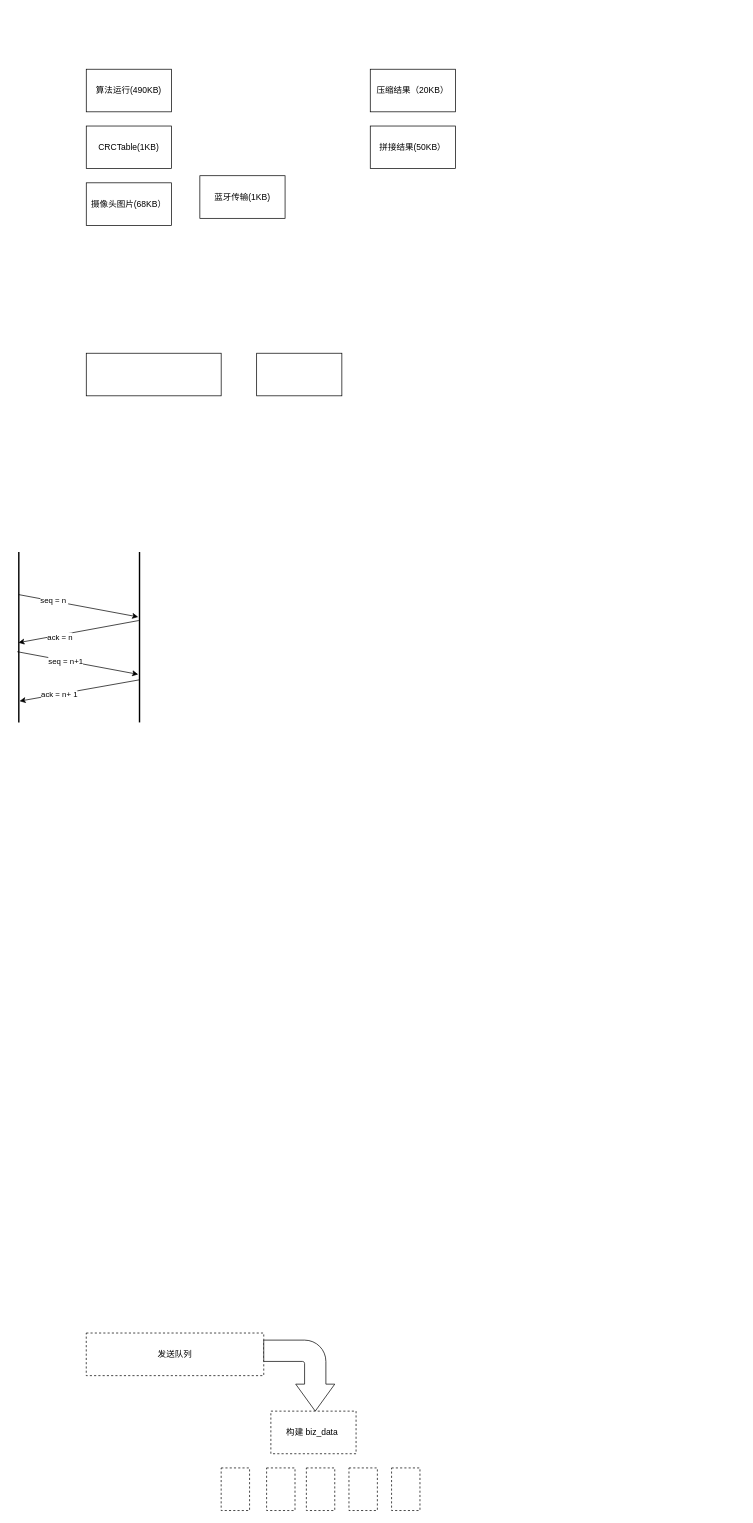
Before: page "Page-1" (1 of 11) of elink.drawio in chenxuzy/ThreadPool, a draw.io diagram. Source tidied: cells renumbered, new cells numbered last; positions are measured from the earlier drawing's top-left corner, leaving out a move shared by most shapes. Both pictures are drawn from the tidied source at 71%, with x=0, y=0 at pixel (15, 69).
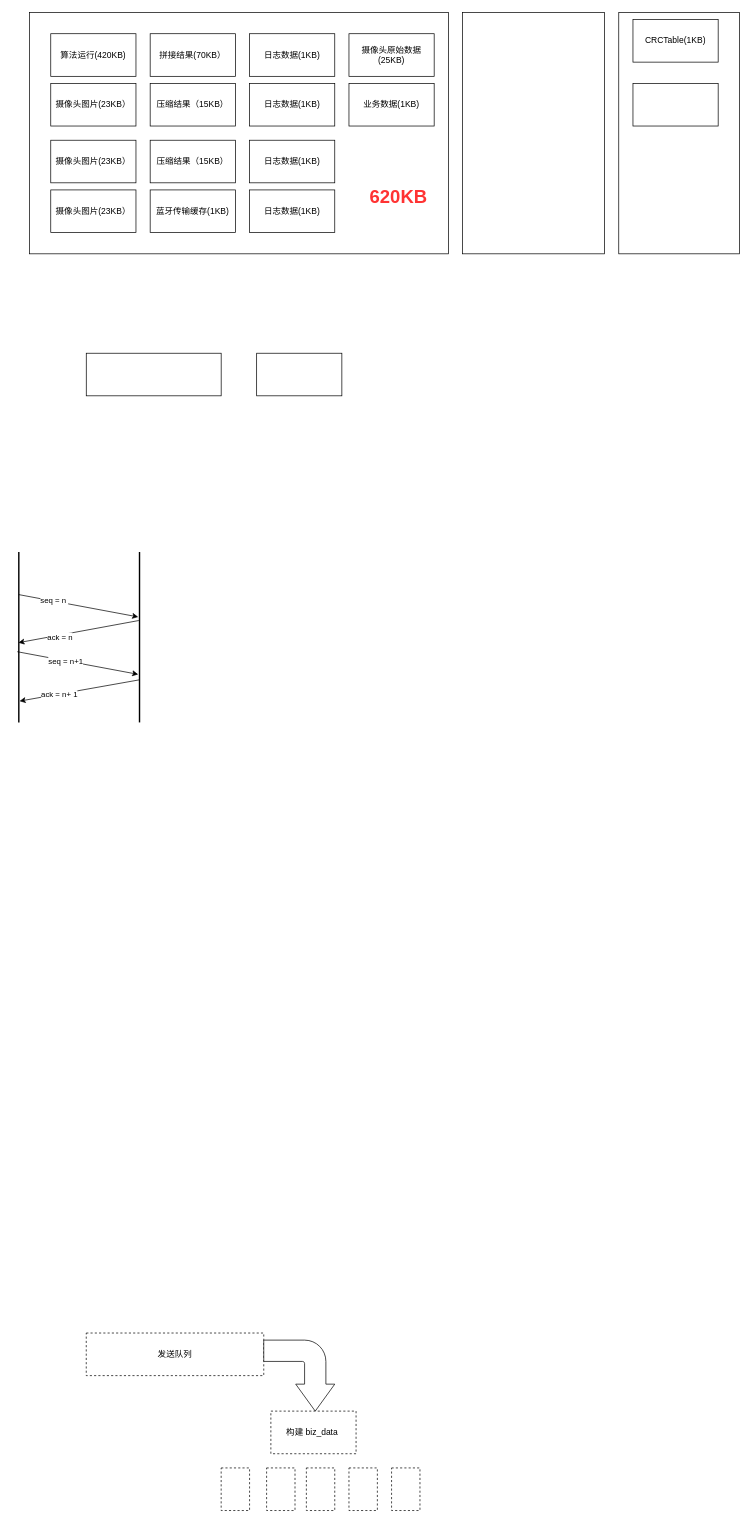
Above is the later version.

What changed in the source:
```diff
@@
+    <mxCell id="28" style="rounded=0;whiteSpace=wrap;html=1;" parent="1" vertex="1">
+      <mxGeometry x="850" y="-80" width="170" height="340" as="geometry" />
+    </mxCell>
+    <mxCell id="29" style="rounded=0;whiteSpace=wrap;html=1;" parent="1" vertex="1">
+      <mxGeometry x="20" y="-80" width="590" height="340" as="geometry" />
+    </mxCell>
-    <mxCell id="2" value="算法运行(490KB)" style="rounded=0;whiteSpace=wrap;html=1;" parent="1" vertex="1">
-      <mxGeometry x="100" width="120" height="60" as="geometry" />
+    <mxCell id="2" value="算法运行(420KB)" style="rounded=0;whiteSpace=wrap;html=1;" parent="1" vertex="1">
+      <mxGeometry x="50" y="-50" width="120" height="60" as="geometry" />
     </mxCell>
-    <mxCell id="3" value="摄像头图片(68KB）" style="rounded=0;whiteSpace=wrap;html=1;" parent="1" vertex="1">
-      <mxGeometry x="100" y="160" width="120" height="60" as="geometry" />
+    <mxCell id="3" value="摄像头图片(23KB）" style="rounded=0;whiteSpace=wrap;html=1;" parent="1" vertex="1">
+      <mxGeometry x="50" y="20" width="120" height="60" as="geometry" />
     </mxCell>
-    <mxCell id="4" value="拼接结果(50KB）" style="rounded=0;whiteSpace=wrap;html=1;" parent="1" vertex="1">
-      <mxGeometry x="500" y="80" width="120" height="60" as="geometry" />
+    <mxCell id="4" value="拼接结果(70KB）" style="rounded=0;whiteSpace=wrap;html=1;" parent="1" vertex="1">
+      <mxGeometry x="190" y="-50" width="120" height="60" as="geometry" />
     </mxCell>
-    <mxCell id="5" value="压缩结果（20KB）" style="rounded=0;whiteSpace=wrap;html=1;" parent="1" vertex="1">
-      <mxGeometry x="500" width="120" height="60" as="geometry" />
+    <mxCell id="5" value="压缩结果（15KB）" style="rounded=0;whiteSpace=wrap;html=1;" parent="1" vertex="1">
+      <mxGeometry x="190" y="20" width="120" height="60" as="geometry" />
     </mxCell>
     <mxCell id="6" value="CRCTable(1KB)" style="rounded=0;whiteSpace=wrap;html=1;" parent="1" vertex="1">
-      <mxGeometry x="100" y="80" width="120" height="60" as="geometry" />
+      <mxGeometry x="870" y="-70" width="120" height="60" as="geometry" />
     </mxCell>
-    <mxCell id="7" value="蓝牙传输(1KB)" style="rounded=0;whiteSpace=wrap;html=1;" parent="1" vertex="1">
-      <mxGeometry x="260" y="150" width="120" height="60" as="geometry" />
+    <mxCell id="7" value="蓝牙传输缓存(1KB)" style="rounded=0;whiteSpace=wrap;html=1;" parent="1" vertex="1">
+      <mxGeometry x="190" y="170" width="120" height="60" as="geometry" />
     </mxCell>
@@
+    <mxCell id="30" value="压缩结果（15KB）" style="rounded=0;whiteSpace=wrap;html=1;" parent="1" vertex="1">
+      <mxGeometry x="190" y="100" width="120" height="60" as="geometry" />
+    </mxCell>
+    <mxCell id="31" value="摄像头图片(23KB）" style="rounded=0;whiteSpace=wrap;html=1;" parent="1" vertex="1">
+      <mxGeometry x="50" y="100" width="120" height="60" as="geometry" />
+    </mxCell>
+    <mxCell id="32" value="摄像头图片(23KB）" style="rounded=0;whiteSpace=wrap;html=1;" parent="1" vertex="1">
+      <mxGeometry x="50" y="170" width="120" height="60" as="geometry" />
+    </mxCell>
+    <mxCell id="33" value="摄像头原始数据(25KB)" style="rounded=0;whiteSpace=wrap;html=1;" parent="1" vertex="1">
+      <mxGeometry x="470" y="-50" width="120" height="60" as="geometry" />
+    </mxCell>
+    <mxCell id="34" value="日志数据(1KB)" style="rounded=0;whiteSpace=wrap;html=1;" parent="1" vertex="1">
+      <mxGeometry x="330" y="-50" width="120" height="60" as="geometry" />
+    </mxCell>
+    <mxCell id="35" style="rounded=0;whiteSpace=wrap;html=1;" parent="1" vertex="1">
+      <mxGeometry x="870" y="20" width="120" height="60" as="geometry" />
+    </mxCell>
+    <mxCell id="36" value="日志数据(1KB)" style="rounded=0;whiteSpace=wrap;html=1;" parent="1" vertex="1">
+      <mxGeometry x="330" y="20" width="120" height="60" as="geometry" />
+    </mxCell>
+    <mxCell id="37" value="日志数据(1KB)" style="rounded=0;whiteSpace=wrap;html=1;" parent="1" vertex="1">
+      <mxGeometry x="330" y="100" width="120" height="60" as="geometry" />
+    </mxCell>
+    <mxCell id="38" value="日志数据(1KB)" style="rounded=0;whiteSpace=wrap;html=1;" parent="1" vertex="1">
+      <mxGeometry x="330" y="170" width="120" height="60" as="geometry" />
+    </mxCell>
+    <mxCell id="39" style="rounded=0;whiteSpace=wrap;html=1;" parent="1" vertex="1">
+      <mxGeometry x="630" y="-80" width="200" height="340" as="geometry" />
+    </mxCell>
+    <mxCell id="40" value="620KB" style="text;html=1;strokeColor=none;fillColor=none;align=center;verticalAlign=middle;whiteSpace=wrap;rounded=0;fontSize=26;fontStyle=1;fontColor=#FF3333;" parent="1" vertex="1">
+      <mxGeometry x="510" y="165" width="60" height="30" as="geometry" />
+    </mxCell>
+    <mxCell id="41" value="业务数据(1KB)" style="rounded=0;whiteSpace=wrap;html=1;" parent="1" vertex="1">
+      <mxGeometry x="470" y="20" width="120" height="60" as="geometry" />
+    </mxCell>
```
